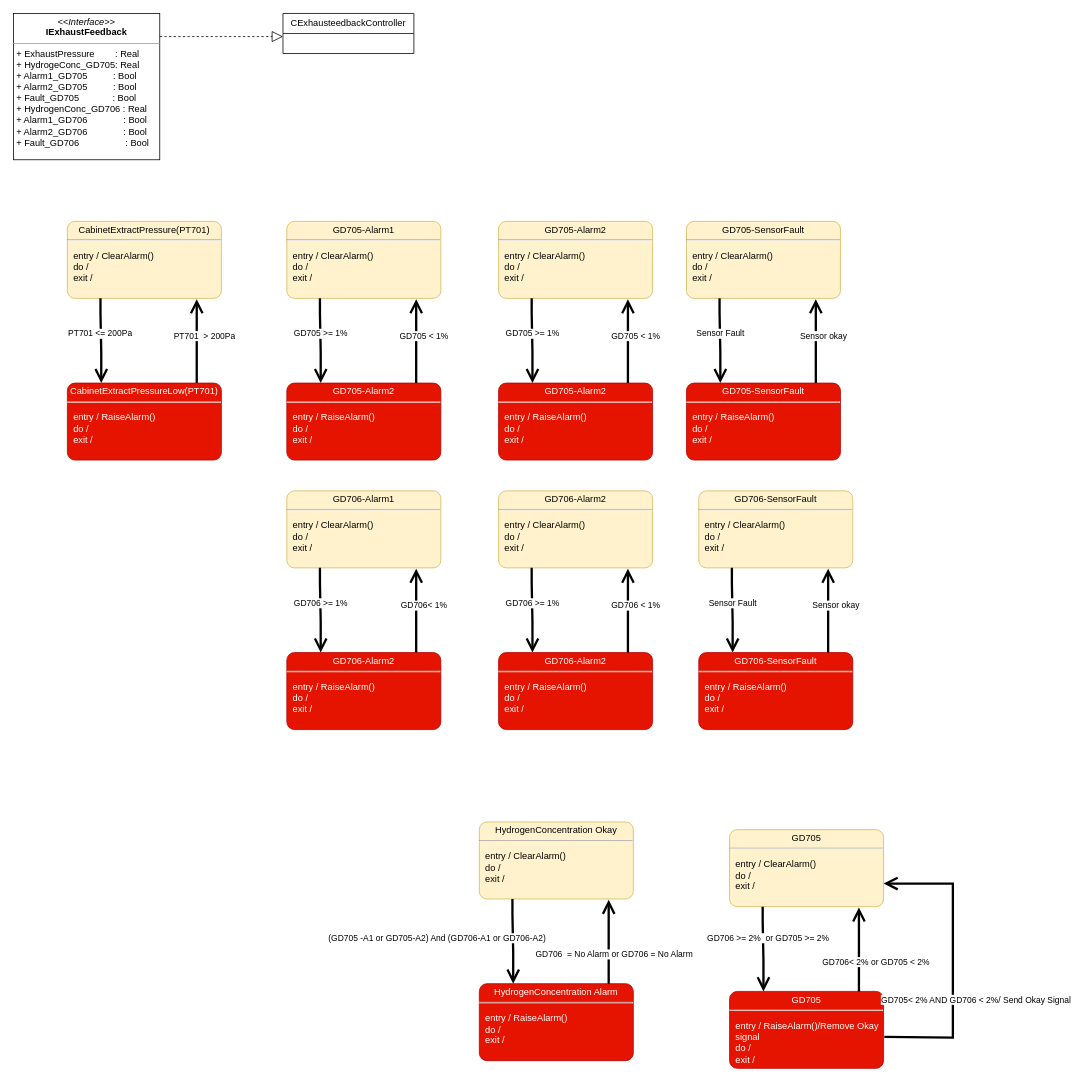
Earlier version of the draw.io diagram page "ExhaustFeedbackController" (6 of 10) of H2D Modular.drawio (EdwardsKorea/CommonDrawIO). Source tidied: cells renumbered, new cells numbered last; positions are measured from the earlier drawing's top-left corner, leaving out a move shared by most shapes. Both pictures are drawn from the tidied source at 77%, with x=0, y=0 at pixel (13, 13).
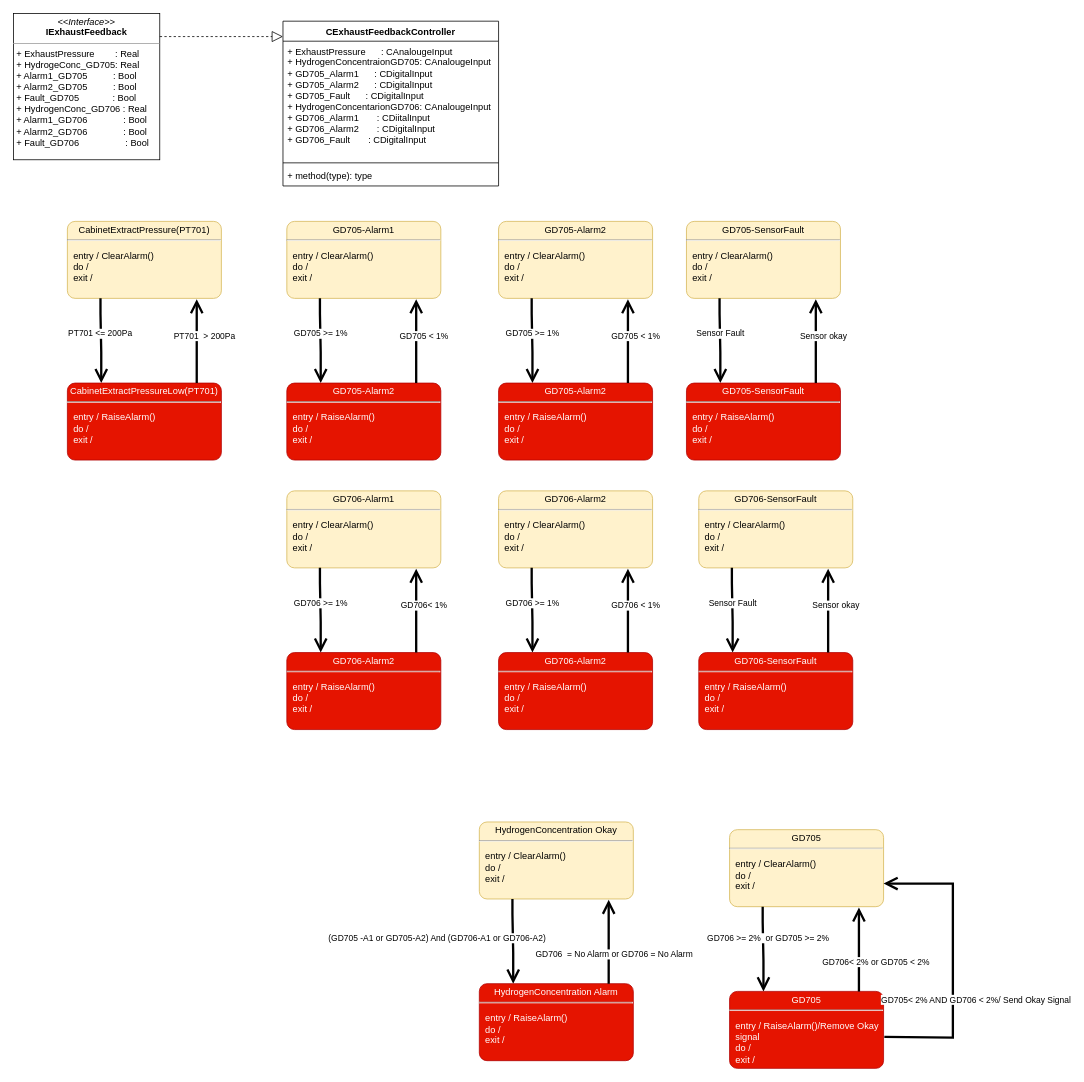
The same diagram, later.

The edit, as a diff of the source:
```diff
@@
-    <mxCell id="4" value="CExhausteedbackController" style="swimlane;fontStyle=0;horizontal=1;startSize=26;fillColor=none;whiteSpace=wrap;html=1;" parent="1" vertex="1">
-      <mxGeometry x="350" width="170" height="52" as="geometry" />
-    </mxCell>
@@
+    <mxCell id="42" value="CExhaustFeedbackController" style="swimlane;fontStyle=1;align=center;verticalAlign=top;horizontal=1;startSize=26;whiteSpace=wrap;html=1;" parent="1" vertex="1">
+      <mxGeometry x="350" y="10" width="280" height="214" as="geometry" />
+    </mxCell>
+    <mxCell id="43" value="+ ExhaustPressure&lt;span style=&quot;white-space: pre;&quot;&gt; &lt;span style=&quot;white-space: pre;&quot;&gt; &lt;span style=&quot;white-space: pre;&quot;&gt; &lt;/span&gt; &lt;/span&gt; &lt;/span&gt;&amp;nbsp;: CAnalougeInput&lt;br&gt;+ HydrogenConcentraionGD705: CAnalougeInput&lt;br&gt;+ GD705_Alarm1&lt;span style=&quot;white-space: pre;&quot;&gt; &lt;/span&gt;&lt;span style=&quot;white-space: pre;&quot;&gt; &lt;/span&gt;&lt;span style=&quot;white-space: pre;&quot;&gt; &lt;/span&gt;&amp;nbsp; &amp;nbsp;: CDigitalInput&lt;br&gt;+ GD705_Alarm2&lt;span style=&quot;white-space: pre;&quot;&gt; &lt;/span&gt;&lt;span style=&quot;white-space: pre;&quot;&gt; &lt;/span&gt;&lt;span style=&quot;white-space: pre;&quot;&gt; &lt;/span&gt;&amp;nbsp; &amp;nbsp;: CDigitalInput&lt;br&gt;+ GD705_Fault&lt;span style=&quot;white-space: pre;&quot;&gt; &lt;/span&gt;&lt;span style=&quot;white-space: pre;&quot;&gt; &lt;/span&gt;&lt;span style=&quot;white-space: pre;&quot;&gt; &lt;/span&gt;&amp;nbsp; &amp;nbsp;: CDigitalInput&lt;br&gt;+ HydrogenConcentarionGD706: CAnalougeInput&lt;br&gt;+ GD706_Alarm1&lt;span style=&quot;white-space: pre;&quot;&gt; &lt;/span&gt;&lt;span style=&quot;white-space: pre;&quot;&gt; &lt;/span&gt;&lt;span style=&quot;white-space: pre;&quot;&gt; &lt;/span&gt;&amp;nbsp; &amp;nbsp; : CDiitalInput&lt;br&gt;+ GD706_Alarm2&lt;span style=&quot;white-space: pre;&quot;&gt; &lt;/span&gt;&lt;span style=&quot;white-space: pre;&quot;&gt; &lt;/span&gt;&lt;span style=&quot;white-space: pre;&quot;&gt; &lt;/span&gt;&amp;nbsp; &amp;nbsp; : CDigitalInput&lt;br&gt;+ GD706_Fault&lt;span style=&quot;white-space: pre;&quot;&gt; &lt;/span&gt;&lt;span style=&quot;white-space: pre;&quot;&gt; &lt;/span&gt;&lt;span style=&quot;white-space: pre;&quot;&gt; &lt;/span&gt;&amp;nbsp; &amp;nbsp; : CDigitalInput" style="text;strokeColor=none;fillColor=none;align=left;verticalAlign=top;spacingLeft=4;spacingRight=4;overflow=hidden;whiteSpace=wrap;html=1;" parent="42" vertex="1">
+      <mxGeometry y="26" width="280" height="154" as="geometry" />
+    </mxCell>
+    <mxCell id="44" style="line;strokeWidth=1;fillColor=none;align=left;verticalAlign=middle;spacingTop=-1;spacingLeft=3;spacingRight=3;labelPosition=right;strokeColor=inherit;" parent="42" vertex="1">
+      <mxGeometry y="180" width="280" height="8" as="geometry" />
+    </mxCell>
+    <mxCell id="45" value="+ method(type): type" style="text;strokeColor=none;fillColor=none;align=left;verticalAlign=top;spacingLeft=4;spacingRight=4;overflow=hidden;whiteSpace=wrap;html=1;" parent="42" vertex="1">
+      <mxGeometry y="188" width="280" height="26" as="geometry" />
+    </mxCell>
```
